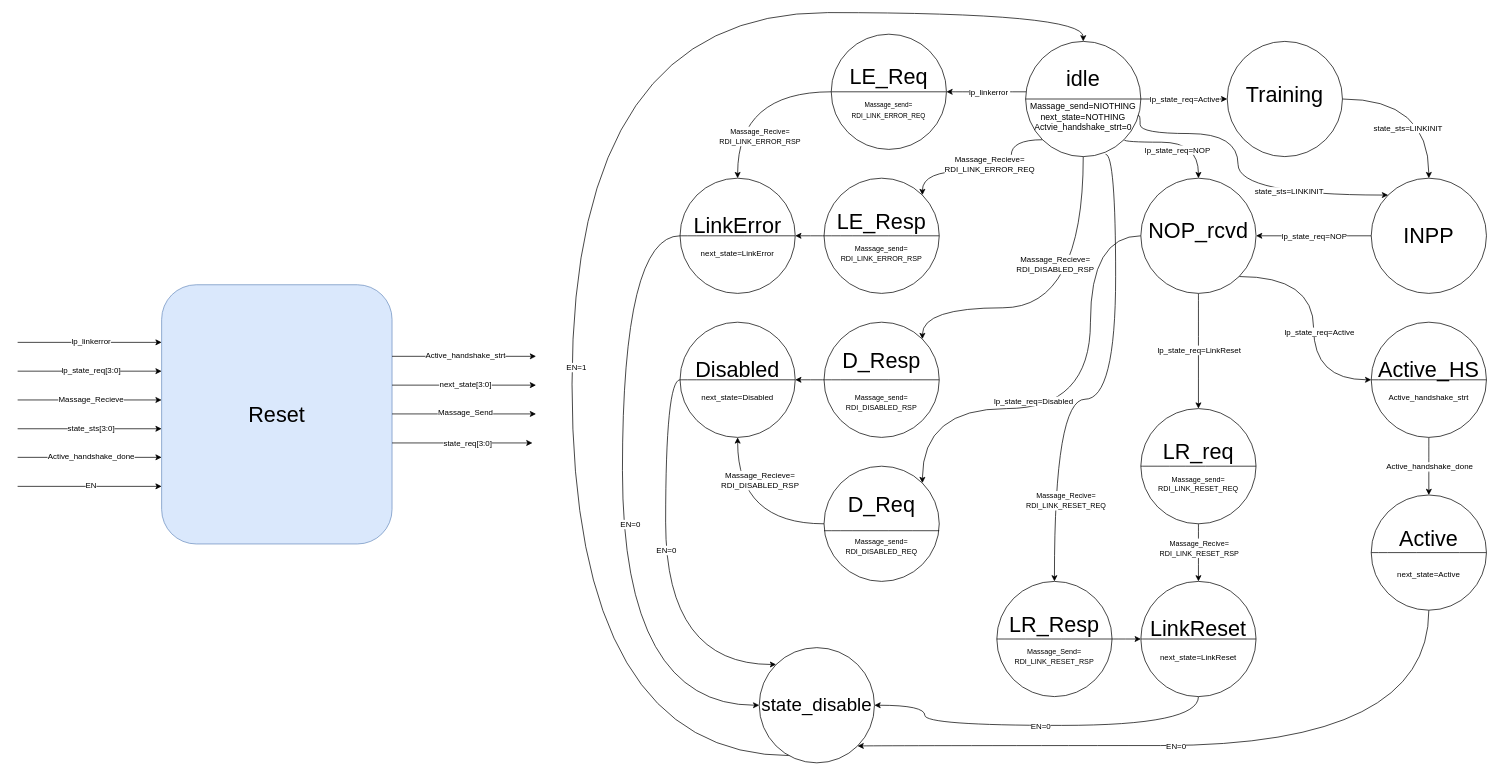
This is page "Reset state" (14 of 22) of docs/SM/RDI_SM/RDI SM.drawio from AbdallahMoSalah/UCIe-3.0-PHY-layer, a draw.io file, before an edit. Source tidied: cells renumbered, new cells numbered last; positions are measured from the earlier drawing's top-left corner, leaving out a move shared by most shapes. Both pictures are drawn from the tidied source at 72%, with x=0, y=0 at pixel (17, 12).
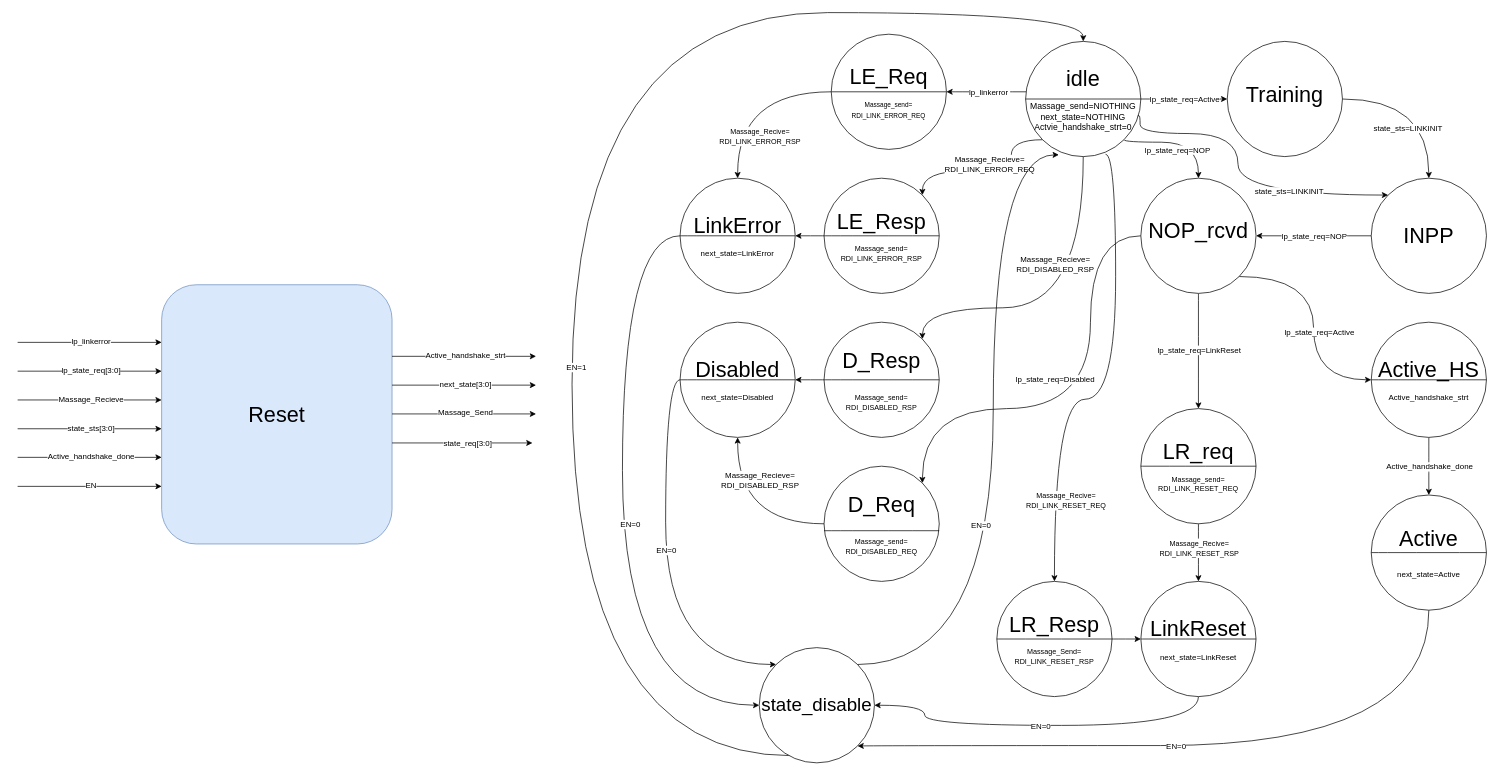
After the change.

Unchanged cells that the change refers to:
```xml
<mxCell id="12" value="&lt;span style=&quot;font-size: 30px;&quot;&gt;idle&lt;/span&gt;&lt;div&gt;&lt;br&gt;&lt;/div&gt;&lt;div&gt;Massage_send=NIOTHING&lt;/div&gt;&lt;div&gt;next_state=NOTHING&lt;/div&gt;&lt;div&gt;Actvie_handshake_strt=0&lt;/div&gt;" style="ellipse;whiteSpace=wrap;html=1;" parent="1" vertex="1">
  <mxGeometry x="1400" y="40" width="160" height="160" as="geometry" />
</mxCell>
<mxCell id="21" style="edgeStyle=orthogonalEdgeStyle;shape=connector;curved=1;rounded=0;jettySize=auto;html=1;entryX=1;entryY=0;entryDx=0;entryDy=0;strokeColor=default;align=center;verticalAlign=middle;fontFamily=Helvetica;fontSize=11;fontColor=default;labelBackgroundColor=default;endArrow=classic;exitX=0;exitY=0.5;exitDx=0;exitDy=0;" parent="1" edge="1" source="29" target="51">
  <mxGeometry relative="1" as="geometry">
    <Array as="points">
      <mxPoint x="1490" y="310" />
      <mxPoint x="1490" y="550" />
      <mxPoint x="1257" y="550" />
    </Array>
  </mxGeometry>
</mxCell>
<mxCell id="72" value="&lt;font style=&quot;font-size: 26px;&quot;&gt;state_disable&lt;/font&gt;" style="ellipse;whiteSpace=wrap;html=1;fontFamily=Helvetica;fontSize=11;fontColor=default;labelBackgroundColor=default;" parent="1" vertex="1">
  <mxGeometry x="1030" y="882" width="160" height="160" as="geometry" />
</mxCell>
```

What changed in the source:
```diff
@@
     <mxCell id="22" value="lp_state_req=Disabled" style="edgeLabel;html=1;align=center;verticalAlign=middle;fontFamily=Helvetica;fontSize=11;fontColor=default;labelBackgroundColor=default;" parent="21" vertex="1">
       <mxGeometry x="-0.17" relative="1" as="geometry">
-        <mxPoint x="-80" y="31" as="offset" />
+        <mxPoint x="-50" y="1" as="offset" />
       </mxGeometry>
     </mxCell>
@@
+    <mxCell id="97" style="edgeStyle=orthogonalEdgeStyle;rounded=0;jettySize=auto;html=1;exitX=1;exitY=0;exitDx=0;exitDy=0;entryX=0.288;entryY=0.985;entryDx=0;entryDy=0;entryPerimeter=0;curved=1;" parent="1" edge="1" source="72" target="12">
+      <mxGeometry relative="1" as="geometry">
+        <Array as="points">
+          <mxPoint x="1355" y="905" />
+          <mxPoint x="1355" y="198" />
+        </Array>
+      </mxGeometry>
+    </mxCell>
+    <mxCell id="98" value="EN=0" style="edgeLabel;html=1;align=center;verticalAlign=middle;" parent="97" vertex="1">
+      <mxGeometry x="-0.23" y="18" relative="1" as="geometry">
+        <mxPoint y="-1" as="offset" />
+      </mxGeometry>
+    </mxCell>
```
